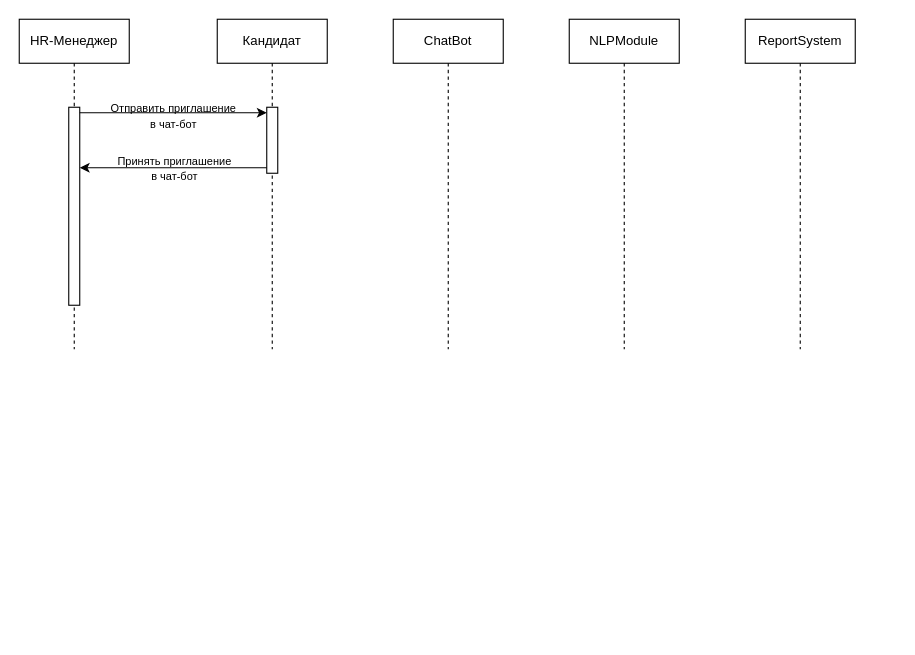
The draw.io diagram Диаграмма последовательности.drawio in Evgeny-Yakovlev73/Diagramms, before the edit. Source tidied: cells renumbered, new cells numbered last; positions are measured from the earlier drawing's top-left corner, leaving out a move shared by most shapes. Both pictures are drawn from the tidied source at 110%, with x=0, y=0 at pixel (19, 19).
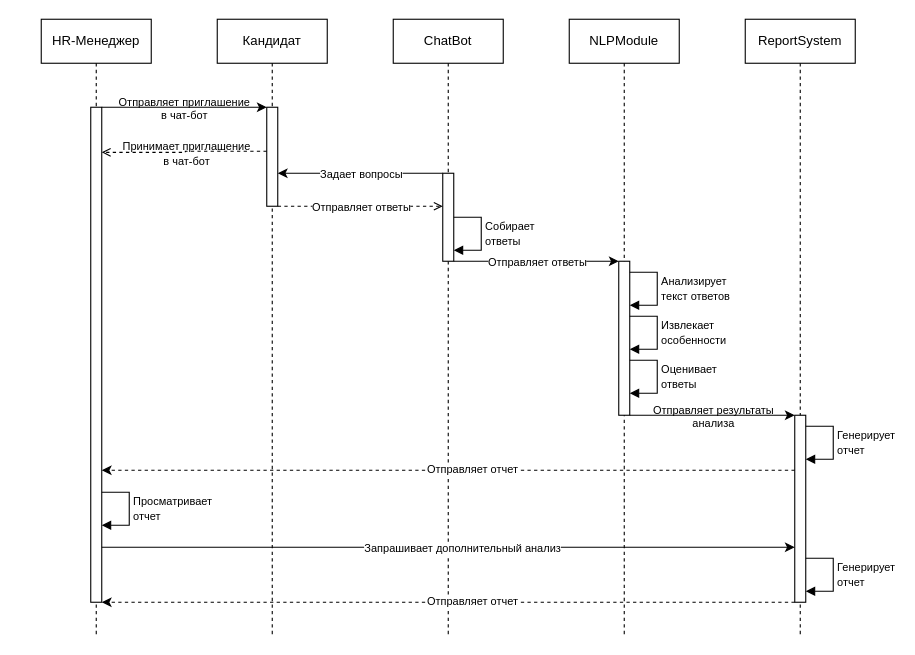
The same diagram, later.

What changed in the source:
```diff
@@
     <mxCell id="2" value="HR-Менеджер" style="shape=umlLifeline;perimeter=lifelinePerimeter;whiteSpace=wrap;html=1;newEdgeStyle={&quot;edgeStyle&quot;:&quot;elbowEdgeStyle&quot;,&quot;elbow&quot;:&quot;vertical&quot;,&quot;curved&quot;:0,&quot;rounded&quot;:0};" parent="1" vertex="1">
-      <mxGeometry width="100" height="300" as="geometry" />
+      <mxGeometry x="20" width="100" height="560" as="geometry" />
     </mxCell>
     <mxCell id="3" style="html=1;points=[[0,0,0,0,5],[0,1,0,0,-5],[1,0,0,0,5],[1,1,0,0,-5]];perimeter=orthogonalPerimeter;outlineConnect=0;targetShapes=umlLifeline;portConstraint=eastwest;newEdgeStyle={&quot;curved&quot;:0,&quot;rounded&quot;:0};" parent="2" vertex="1">
-      <mxGeometry x="45" y="80" width="10" height="180" as="geometry" />
+      <mxGeometry x="45" y="80" width="10" height="450" as="geometry" />
     </mxCell>
+    <mxCell id="13" value="&lt;div&gt;&lt;span style=&quot;font-size: 10px;&quot;&gt;Просматривает&lt;/span&gt;&lt;/div&gt;&lt;div&gt;&lt;span style=&quot;font-size: 10px;&quot;&gt;отчет&lt;/span&gt;&lt;/div&gt;" style="html=1;align=left;spacingLeft=2;endArrow=block;rounded=0;edgeStyle=orthogonalEdgeStyle;curved=0;rounded=0;" parent="2" edge="1" source="3" target="3">
+      <mxGeometry relative="1" as="geometry">
+        <Array as="points">
+          <mxPoint x="80" y="430" />
+          <mxPoint x="80" y="460" />
+        </Array>
+      </mxGeometry>
+    </mxCell>
     <mxCell id="4" value="Кандидат" style="shape=umlLifeline;perimeter=lifelinePerimeter;whiteSpace=wrap;html=1;newEdgeStyle={&quot;edgeStyle&quot;:&quot;elbowEdgeStyle&quot;,&quot;elbow&quot;:&quot;vertical&quot;,&quot;curved&quot;:0,&quot;rounded&quot;:0};" parent="1" vertex="1">
-      <mxGeometry x="180" width="100" height="300" as="geometry" />
+      <mxGeometry x="180" width="100" height="560" as="geometry" />
     </mxCell>
     <mxCell id="5" style="html=1;points=[[0,0,0,0,5],[0,1,0,0,-5],[1,0,0,0,5],[1,1,0,0,-5]];perimeter=orthogonalPerimeter;outlineConnect=0;targetShapes=umlLifeline;portConstraint=eastwest;newEdgeStyle={&quot;curved&quot;:0,&quot;rounded&quot;:0};" parent="4" vertex="1">
-      <mxGeometry x="45" y="80" width="10" height="60" as="geometry" />
+      <mxGeometry x="45" y="80" width="10" height="90" as="geometry" />
     </mxCell>
     <mxCell id="6" value="ChatBot" style="shape=umlLifeline;perimeter=lifelinePerimeter;whiteSpace=wrap;html=1;newEdgeStyle={&quot;edgeStyle&quot;:&quot;elbowEdgeStyle&quot;,&quot;elbow&quot;:&quot;vertical&quot;,&quot;curved&quot;:0,&quot;rounded&quot;:0};" parent="1" vertex="1">
-      <mxGeometry x="340" width="100" height="300" as="geometry" />
+      <mxGeometry x="340" width="100" height="560" as="geometry" />
     </mxCell>
+    <mxCell id="14" style="html=1;points=[[0,0,0,0,5],[0,1,0,0,-5],[1,0,0,0,5],[1,1,0,0,-5]];perimeter=orthogonalPerimeter;outlineConnect=0;targetShapes=umlLifeline;portConstraint=eastwest;newEdgeStyle={&quot;curved&quot;:0,&quot;rounded&quot;:0};" parent="6" vertex="1">
+      <mxGeometry x="45" y="140" width="10" height="80" as="geometry" />
+    </mxCell>
+    <mxCell id="15" value="&lt;font style=&quot;font-size: 10px;&quot;&gt;Собирает&lt;/font&gt;&lt;div&gt;&lt;font style=&quot;font-size: 10px;&quot;&gt;ответы&lt;/font&gt;&lt;/div&gt;" style="html=1;align=left;spacingLeft=2;endArrow=block;rounded=0;edgeStyle=orthogonalEdgeStyle;curved=0;rounded=0;" parent="6" edge="1">
+      <mxGeometry relative="1" as="geometry">
+        <mxPoint x="55" y="180" as="sourcePoint" />
+        <mxPoint x="55" y="210" as="targetPoint" />
+        <Array as="points">
+          <mxPoint x="80" y="180" />
+          <mxPoint x="80" y="210" />
+        </Array>
+      </mxGeometry>
+    </mxCell>
     <mxCell id="7" value="NLPModule" style="shape=umlLifeline;perimeter=lifelinePerimeter;whiteSpace=wrap;html=1;newEdgeStyle={&quot;edgeStyle&quot;:&quot;elbowEdgeStyle&quot;,&quot;elbow&quot;:&quot;vertical&quot;,&quot;curved&quot;:0,&quot;rounded&quot;:0};" parent="1" vertex="1">
-      <mxGeometry x="500" width="100" height="300" as="geometry" />
+      <mxGeometry x="500" width="100" height="560" as="geometry" />
     </mxCell>
+    <mxCell id="16" style="html=1;points=[[0,0,0,0,5],[0,1,0,0,-5],[1,0,0,0,5],[1,1,0,0,-5]];perimeter=orthogonalPerimeter;outlineConnect=0;targetShapes=umlLifeline;portConstraint=eastwest;newEdgeStyle={&quot;curved&quot;:0,&quot;rounded&quot;:0};" parent="7" vertex="1">
+      <mxGeometry x="45" y="220" width="10" height="140" as="geometry" />
+    </mxCell>
+    <mxCell id="17" value="&lt;font style=&quot;font-size: 10px;&quot;&gt;Анализирует&lt;/font&gt;&lt;div&gt;&lt;span style=&quot;font-size: 10px;&quot;&gt;текст ответов&lt;/span&gt;&lt;/div&gt;" style="html=1;align=left;spacingLeft=2;endArrow=block;rounded=0;edgeStyle=orthogonalEdgeStyle;curved=0;rounded=0;" parent="7" edge="1" source="16" target="16">
+      <mxGeometry relative="1" as="geometry">
+        <Array as="points">
+          <mxPoint x="80" y="230" />
+          <mxPoint x="80" y="260" />
+        </Array>
+      </mxGeometry>
+    </mxCell>
+    <mxCell id="18" value="&lt;span style=&quot;font-size: 10px;&quot;&gt;Извлекает&lt;/span&gt;&lt;div&gt;&lt;span style=&quot;font-size: 10px;&quot;&gt;особенности&lt;/span&gt;&lt;/div&gt;" style="html=1;align=left;spacingLeft=2;endArrow=block;rounded=0;edgeStyle=orthogonalEdgeStyle;curved=0;rounded=0;" parent="7" edge="1" source="16" target="16">
+      <mxGeometry relative="1" as="geometry">
+        <Array as="points">
+          <mxPoint x="80" y="270" />
+          <mxPoint x="80" y="300" />
+        </Array>
+      </mxGeometry>
+    </mxCell>
+    <mxCell id="19" value="&lt;span style=&quot;font-size: 10px;&quot;&gt;Оценивает&lt;/span&gt;&lt;div&gt;&lt;span style=&quot;font-size: 10px;&quot;&gt;ответы&lt;/span&gt;&lt;/div&gt;" style="html=1;align=left;spacingLeft=2;endArrow=block;rounded=0;edgeStyle=orthogonalEdgeStyle;curved=0;rounded=0;" parent="7" edge="1" source="16" target="16">
+      <mxGeometry relative="1" as="geometry">
+        <Array as="points">
+          <mxPoint x="80" y="310" />
+          <mxPoint x="80" y="340" />
+        </Array>
+      </mxGeometry>
+    </mxCell>
     <mxCell id="8" value="ReportSystem" style="shape=umlLifeline;perimeter=lifelinePerimeter;whiteSpace=wrap;html=1;newEdgeStyle={&quot;edgeStyle&quot;:&quot;elbowEdgeStyle&quot;,&quot;elbow&quot;:&quot;vertical&quot;,&quot;curved&quot;:0,&quot;rounded&quot;:0};" parent="1" vertex="1">
-      <mxGeometry x="660" width="100" height="300" as="geometry" />
+      <mxGeometry x="660" width="100" height="560" as="geometry" />
     </mxCell>
+    <mxCell id="20" style="html=1;points=[[0,0,0,0,5],[0,1,0,0,-5],[1,0,0,0,5],[1,1,0,0,-5]];perimeter=orthogonalPerimeter;outlineConnect=0;targetShapes=umlLifeline;portConstraint=eastwest;newEdgeStyle={&quot;curved&quot;:0,&quot;rounded&quot;:0};" parent="8" vertex="1">
+      <mxGeometry x="45" y="360" width="10" height="170" as="geometry" />
+    </mxCell>
+    <mxCell id="21" value="&lt;span style=&quot;font-size: 10px;&quot;&gt;Генерирует&lt;/span&gt;&lt;div&gt;&lt;span style=&quot;font-size: 10px;&quot;&gt;отчет&lt;/span&gt;&lt;/div&gt;" style="html=1;align=left;spacingLeft=2;endArrow=block;rounded=0;edgeStyle=orthogonalEdgeStyle;curved=0;rounded=0;" parent="8" edge="1" source="20" target="20">
+      <mxGeometry relative="1" as="geometry">
+        <Array as="points">
+          <mxPoint x="80" y="370" />
+          <mxPoint x="80" y="400" />
+        </Array>
+      </mxGeometry>
+    </mxCell>
+    <mxCell id="22" value="&lt;span style=&quot;font-size: 10px;&quot;&gt;Генерирует&lt;/span&gt;&lt;div&gt;&lt;span style=&quot;font-size: 10px;&quot;&gt;отчет&lt;/span&gt;&lt;/div&gt;" style="html=1;align=left;spacingLeft=2;endArrow=block;rounded=0;edgeStyle=orthogonalEdgeStyle;curved=0;rounded=0;" parent="8" edge="1" source="20" target="20">
+      <mxGeometry relative="1" as="geometry">
+        <Array as="points">
+          <mxPoint x="80" y="490" />
+          <mxPoint x="80" y="520" />
+        </Array>
+      </mxGeometry>
+    </mxCell>
-    <mxCell id="9" style="edgeStyle=orthogonalEdgeStyle;rounded=0;jettySize=auto;html=1;curved=0;exitX=0;exitY=1;exitDx=0;exitDy=-5;exitPerimeter=0;" parent="1" edge="1" source="5" target="3">
+    <mxCell id="9" style="edgeStyle=orthogonalEdgeStyle;rounded=0;jettySize=auto;html=1;curved=0;dashed=1;endArrow=open;endFill=0;" parent="1" edge="1" source="5" target="3">
       <mxGeometry relative="1" as="geometry">
         <Array as="points">
-          <mxPoint x="100" y="135" />
-          <mxPoint x="100" y="135" />
+          <mxPoint x="151" y="120" />
+          <mxPoint x="151" y="121" />
         </Array>
       </mxGeometry>
     </mxCell>
-    <mxCell id="10" value="&lt;font style=&quot;font-size: 10px;&quot;&gt;Принять приглашение&lt;/font&gt;&lt;div&gt;&lt;font style=&quot;font-size: 10px;&quot;&gt;в чат-бот&lt;/font&gt;&lt;/div&gt;" style="edgeLabel;html=1;align=center;verticalAlign=middle;labelBackgroundColor=none;" parent="9" vertex="1">
+    <mxCell id="10" value="&lt;font style=&quot;font-size: 10px;&quot;&gt;Принимает приглашение&lt;/font&gt;&lt;div&gt;&lt;font style=&quot;font-size: 10px;&quot;&gt;в чат-бот&lt;/font&gt;&lt;/div&gt;" style="edgeLabel;html=1;align=center;verticalAlign=middle;labelBackgroundColor=none;" parent="9" vertex="1">
       <mxGeometry x="0.05" y="-1" relative="1" as="geometry">
         <mxPoint x="4" y="1" as="offset" />
       </mxGeometry>
     </mxCell>
-    <mxCell id="11" style="edgeStyle=orthogonalEdgeStyle;rounded=0;jettySize=auto;html=1;curved=0;exitX=1;exitY=0;exitDx=0;exitDy=5;exitPerimeter=0;entryX=0;entryY=0;entryDx=0;entryDy=5;entryPerimeter=0;" parent="1" edge="1" source="3" target="5">
+    <mxCell id="11" style="edgeStyle=orthogonalEdgeStyle;rounded=0;jettySize=auto;html=1;curved=0;" parent="1" edge="1" source="3" target="5">
       <mxGeometry relative="1" as="geometry">
         <Array as="points">
-          <mxPoint x="140" y="85" />
-          <mxPoint x="140" y="85" />
+          <mxPoint x="90" y="80" />
+          <mxPoint x="90" y="80" />
         </Array>
       </mxGeometry>
     </mxCell>
-    <mxCell id="12" value="&lt;font style=&quot;font-size: 10px;&quot;&gt;Отправить приглашение&lt;/font&gt;&lt;div&gt;&lt;font style=&quot;font-size: 10px;&quot;&gt;в чат-бот&lt;/font&gt;&lt;/div&gt;" style="edgeLabel;html=1;align=center;verticalAlign=middle;labelBackgroundColor=none;" parent="11" vertex="1">
+    <mxCell id="12" value="&lt;font&gt;Отправляет приглашение&lt;/font&gt;&lt;div&gt;&lt;font&gt;в чат-бот&lt;/font&gt;&lt;/div&gt;" style="edgeLabel;html=1;align=center;verticalAlign=middle;labelBackgroundColor=none;fontSize=10;" parent="11" vertex="1">
       <mxGeometry x="0.05" y="-1" relative="1" as="geometry">
-        <mxPoint x="-5" y="1" as="offset" />
+        <mxPoint x="-5" y="-1" as="offset" />
       </mxGeometry>
     </mxCell>
+    <mxCell id="23" style="edgeStyle=orthogonalEdgeStyle;rounded=0;jettySize=auto;html=1;curved=0;" parent="1" edge="1" source="14" target="5">
+      <mxGeometry relative="1" as="geometry">
+        <Array as="points">
+          <mxPoint x="350" y="140" />
+          <mxPoint x="350" y="140" />
+        </Array>
+      </mxGeometry>
+    </mxCell>
+    <mxCell id="24" value="&lt;span&gt;Задает вопросы&lt;/span&gt;" style="edgeLabel;html=1;align=center;verticalAlign=middle;labelBackgroundColor=default;fontSize=10;" parent="23" vertex="1">
+      <mxGeometry x="0.05" y="-1" relative="1" as="geometry">
+        <mxPoint x="4" y="1" as="offset" />
+      </mxGeometry>
+    </mxCell>
+    <mxCell id="25" style="edgeStyle=orthogonalEdgeStyle;rounded=0;jettySize=auto;html=1;curved=0;dashed=1;endArrow=open;endFill=0;" parent="1" edge="1" source="5" target="14">
+      <mxGeometry relative="1" as="geometry">
+        <Array as="points">
+          <mxPoint x="330" y="170" />
+          <mxPoint x="330" y="170" />
+        </Array>
+      </mxGeometry>
+    </mxCell>
+    <mxCell id="26" value="&lt;span&gt;Отправляет ответы&lt;/span&gt;" style="edgeLabel;html=1;align=center;verticalAlign=middle;labelBackgroundColor=default;fontSize=10;" parent="25" vertex="1">
+      <mxGeometry x="0.05" y="-1" relative="1" as="geometry">
+        <mxPoint x="-4" y="-1" as="offset" />
+      </mxGeometry>
+    </mxCell>
+    <mxCell id="27" style="edgeStyle=orthogonalEdgeStyle;rounded=0;jettySize=auto;html=1;curved=0;" parent="1" edge="1" source="14" target="16">
+      <mxGeometry relative="1" as="geometry">
+        <Array as="points">
+          <mxPoint x="550" y="220" />
+        </Array>
+      </mxGeometry>
+    </mxCell>
+    <mxCell id="28" value="&lt;span style=&quot;font-size: 10px;&quot;&gt;Отправляет ответы&lt;/span&gt;" style="edgeLabel;html=1;align=center;verticalAlign=middle;labelBackgroundColor=default;" parent="27" vertex="1">
+      <mxGeometry x="0.05" y="-1" relative="1" as="geometry">
+        <mxPoint x="-4" y="-1" as="offset" />
+      </mxGeometry>
+    </mxCell>
+    <mxCell id="29" style="edgeStyle=orthogonalEdgeStyle;rounded=0;jettySize=auto;html=1;curved=0;" parent="1" edge="1" source="16" target="20">
+      <mxGeometry relative="1" as="geometry">
+        <Array as="points">
+          <mxPoint x="670" y="360" />
+          <mxPoint x="670" y="360" />
+        </Array>
+      </mxGeometry>
+    </mxCell>
+    <mxCell id="30" value="&lt;span&gt;Отправляет результаты&lt;/span&gt;&lt;div&gt;&lt;span&gt;анализа&lt;/span&gt;&lt;/div&gt;" style="edgeLabel;html=1;align=center;verticalAlign=middle;labelBackgroundColor=none;fontSize=10;" parent="29" vertex="1">
+      <mxGeometry x="0.05" y="-1" relative="1" as="geometry">
+        <mxPoint x="-4" y="-1" as="offset" />
+      </mxGeometry>
+    </mxCell>
+    <mxCell id="31" style="edgeStyle=orthogonalEdgeStyle;rounded=0;jettySize=auto;html=1;curved=0;dashed=1;" parent="1" edge="1" source="20" target="3">
+      <mxGeometry relative="1" as="geometry">
+        <Array as="points">
+          <mxPoint x="240" y="410" />
+          <mxPoint x="240" y="410" />
+        </Array>
+      </mxGeometry>
+    </mxCell>
+    <mxCell id="32" value="&lt;span&gt;Отправляет отчет&lt;/span&gt;" style="edgeLabel;html=1;align=center;verticalAlign=middle;labelBackgroundColor=default;fontSize=10;" parent="31" vertex="1">
+      <mxGeometry x="0.05" y="-1" relative="1" as="geometry">
+        <mxPoint x="37" y="-1" as="offset" />
+      </mxGeometry>
+    </mxCell>
+    <mxCell id="33" style="edgeStyle=orthogonalEdgeStyle;rounded=0;jettySize=auto;html=1;curved=0;" parent="1" edge="1" source="3" target="20">
+      <mxGeometry relative="1" as="geometry">
+        <Array as="points">
+          <mxPoint x="550" y="480" />
+          <mxPoint x="550" y="480" />
+        </Array>
+      </mxGeometry>
+    </mxCell>
+    <mxCell id="34" value="Запрашивает дополнительный анализ" style="edgeLabel;html=1;align=center;verticalAlign=middle;labelBackgroundColor=default;fontSize=10;" parent="33" vertex="1">
+      <mxGeometry x="0.05" y="-1" relative="1" as="geometry">
+        <mxPoint x="-4" y="-1" as="offset" />
+      </mxGeometry>
+    </mxCell>
+    <mxCell id="35" style="edgeStyle=orthogonalEdgeStyle;rounded=0;jettySize=auto;html=1;curved=0;dashed=1;" parent="1" edge="1" source="20" target="3">
+      <mxGeometry relative="1" as="geometry">
+        <Array as="points">
+          <mxPoint x="390" y="530" />
+          <mxPoint x="390" y="530" />
+        </Array>
+      </mxGeometry>
+    </mxCell>
+    <mxCell id="36" value="&lt;span&gt;Отправляет отчет&lt;/span&gt;" style="edgeLabel;html=1;align=center;verticalAlign=middle;labelBackgroundColor=default;fontSize=10;" parent="35" vertex="1">
+      <mxGeometry x="0.05" y="-1" relative="1" as="geometry">
+        <mxPoint x="37" y="-1" as="offset" />
+      </mxGeometry>
+    </mxCell>
```
